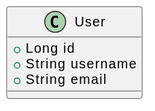
Reenial/LEGIS keeps this PlantUML diagram as docs/assets/diagrams/class-diagram.svg. Above is the earlier version.
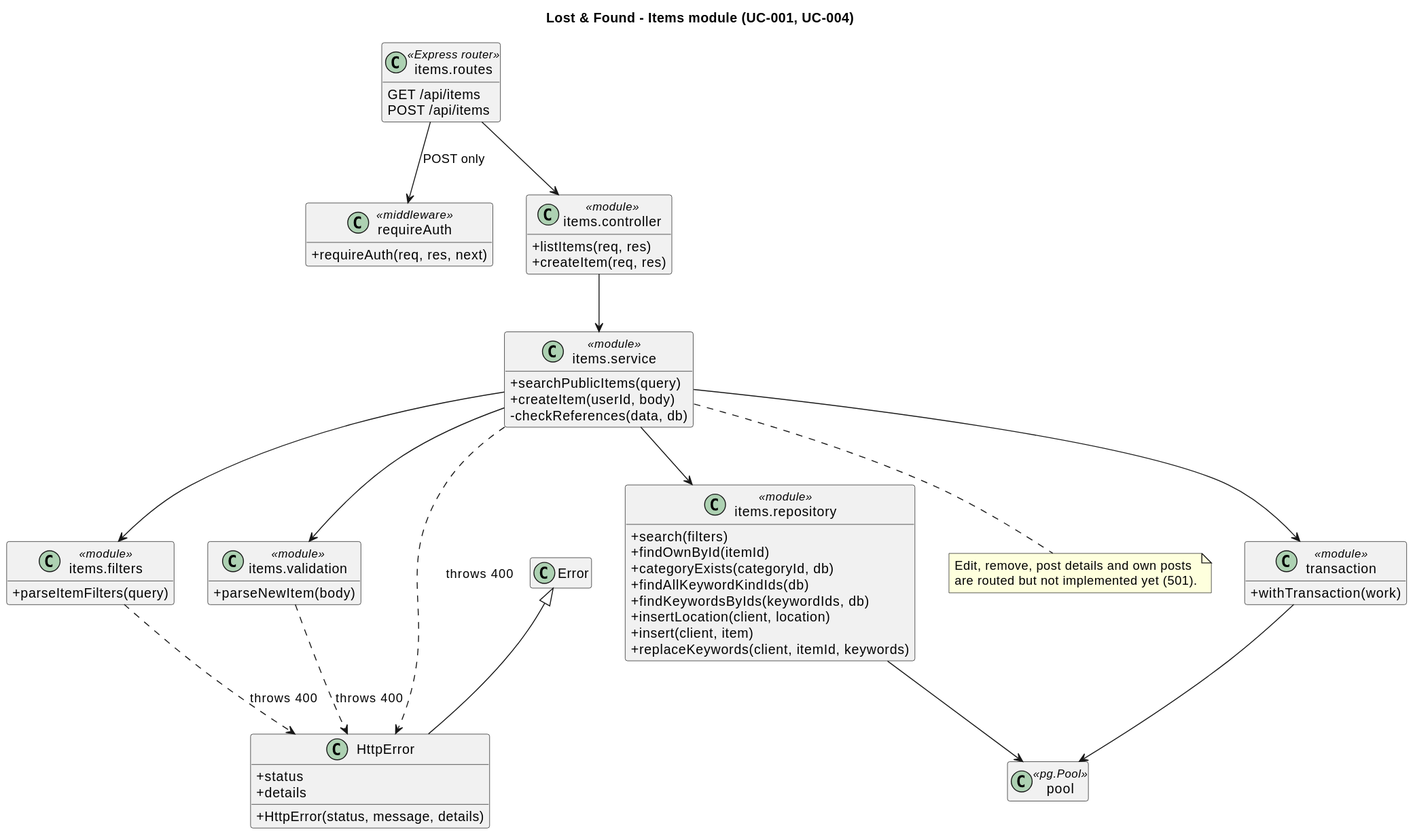
After the change.

Change to the diagram source:
```diff
@@ -1,7 +1,76 @@
 @startuml
-class User {
-  +Long id
-  +String username
-  +String email
+title Lost & Found - Items module (UC-001, UC-004)
+skinparam classAttributeIconSize 0
+hide empty members
+
+class "items.routes" as Routes <<Express router>> {
+  GET /api/items
+  POST /api/items
 }
+
+class "requireAuth" as RequireAuth <<middleware>> {
+  +requireAuth(req, res, next)
+}
+
+class "items.controller" as Controller <<module>> {
+  +listItems(req, res)
+  +createItem(req, res)
+}
+
+class "items.service" as Service <<module>> {
+  +searchPublicItems(query)
+  +createItem(userId, body)
+  -checkReferences(data, db)
+}
+
+class "items.filters" as Filters <<module>> {
+  +parseItemFilters(query)
+}
+
+class "items.validation" as Validation <<module>> {
+  +parseNewItem(body)
+}
+
+class "items.repository" as Repository <<module>> {
+  +search(filters)
+  +findOwnById(itemId)
+  +categoryExists(categoryId, db)
+  +findAllKeywordKindIds(db)
+  +findKeywordsByIds(keywordIds, db)
+  +insertLocation(client, location)
+  +insert(client, item)
+  +replaceKeywords(client, itemId, keywords)
+}
+
+class "transaction" as Transaction <<module>> {
+  +withTransaction(work)
+}
+
+class "pool" as Pool <<pg.Pool>>
+
+class Error
+class HttpError {
+  +status
+  +details
+  +HttpError(status, message, details)
+}
+
+Routes --> RequireAuth : POST only
+Routes --> Controller
+Controller --> Service
+Service --> Filters
+Service --> Validation
+Service --> Transaction
+Service --> Repository
+Repository --> Pool
+Transaction --> Pool
+Error <|-- HttpError
+Service ..> HttpError : throws 400
+Filters ..> HttpError : throws 400
+Validation ..> HttpError : throws 400
+
+note bottom of Service
+  Edit, remove, post details and own posts
+  are routed but not implemented yet (501).
+end note
 @enduml
```
